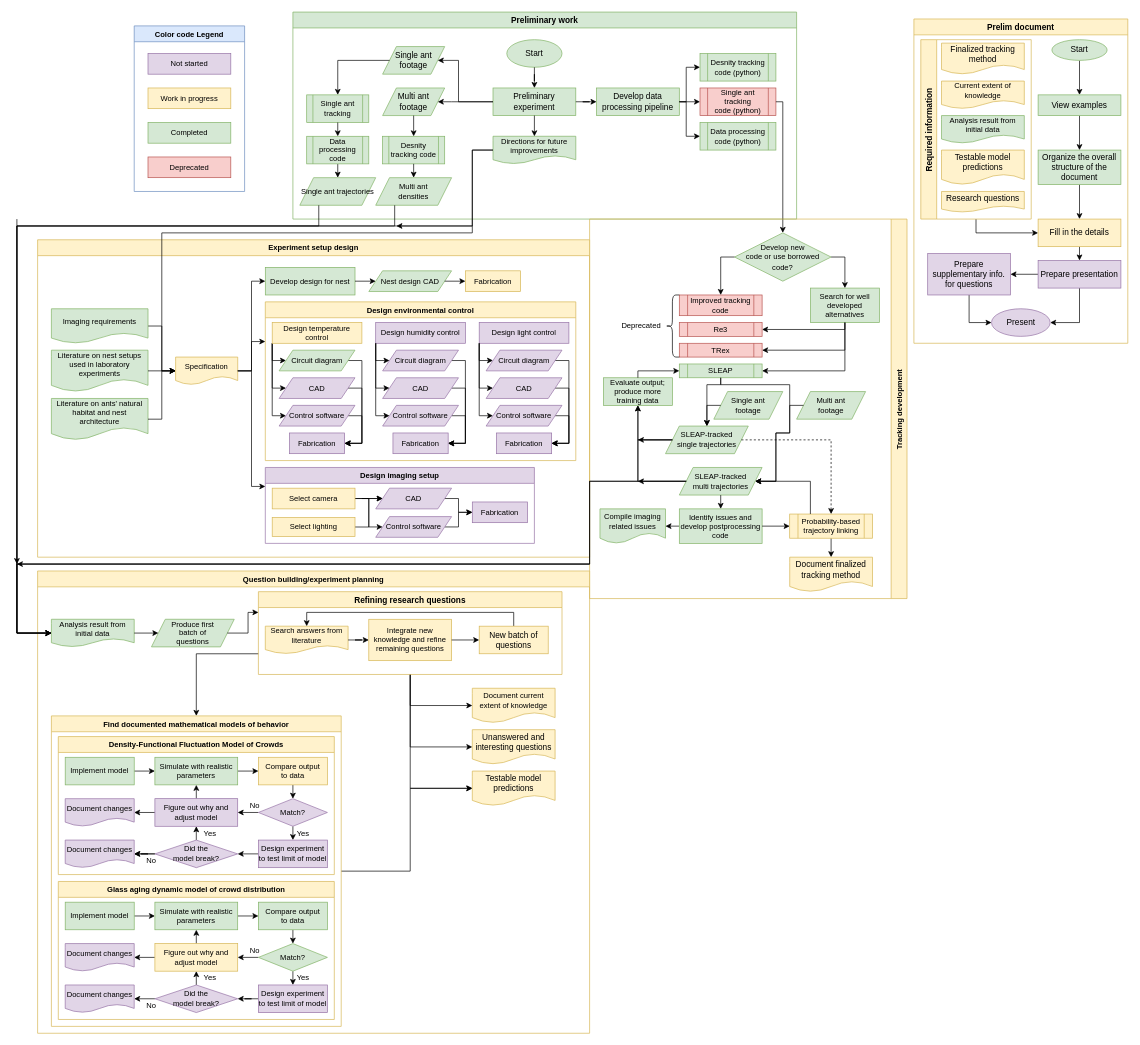
Earlier version of the draw.io diagram research/Progress.drawio (MangledPotat0/diagramsRoot). Source tidied: cells renumbered, new cells numbered last; positions are measured from the earlier drawing's top-left corner, leaving out a move shared by most shapes. Both pictures are drawn from the tidied source at 69%, with x=0, y=0 at pixel (17, 12).
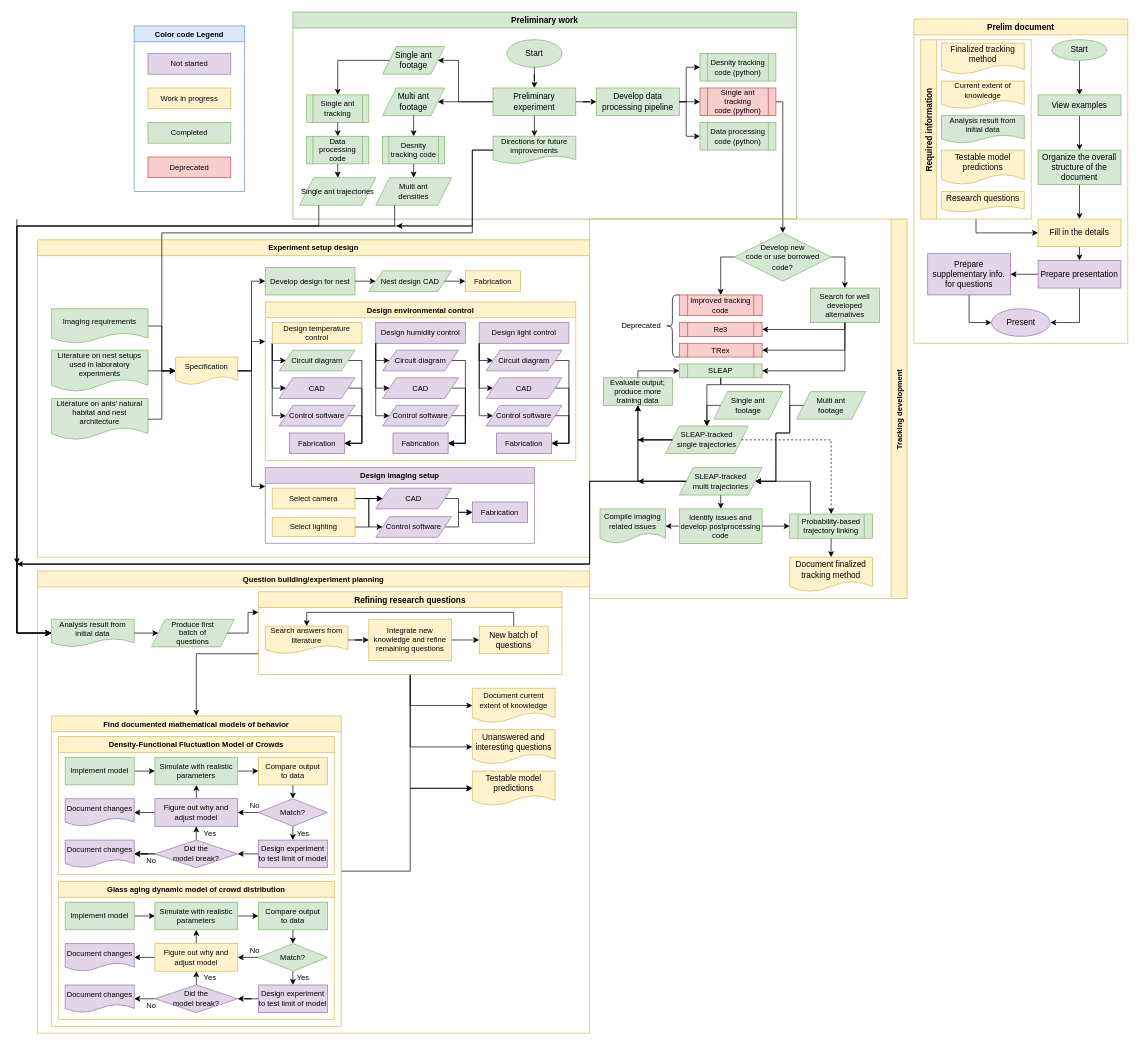
Above is the later version.

Unchanged cells that the change refers to:
```xml
<mxCell id="31" value="Tracking development" style="swimlane;horizontal=0;fontSize=11;direction=west;fillColor=#fff2cc;strokeColor=#d6b656;" parent="1" vertex="1">
  <mxGeometry x="830" y="300" width="460" height="550" as="geometry" />
</mxCell>
```

Change to the diagram source:
```diff
@@
-    <mxCell id="33" value="Probability-based trajectory linking" style="shape=process;whiteSpace=wrap;html=1;backgroundOutline=1;fontSize=11;fillColor=#fff2cc;strokeColor=#d6b656;" parent="31" vertex="1">
+    <mxCell id="33" value="Probability-based trajectory linking" style="shape=process;whiteSpace=wrap;html=1;backgroundOutline=1;fontSize=11;fillColor=#d5e8d4;strokeColor=#82b366;" parent="31" vertex="1">
       <mxGeometry x="290" y="427.5" width="120" height="35" as="geometry" />
     </mxCell>
```
